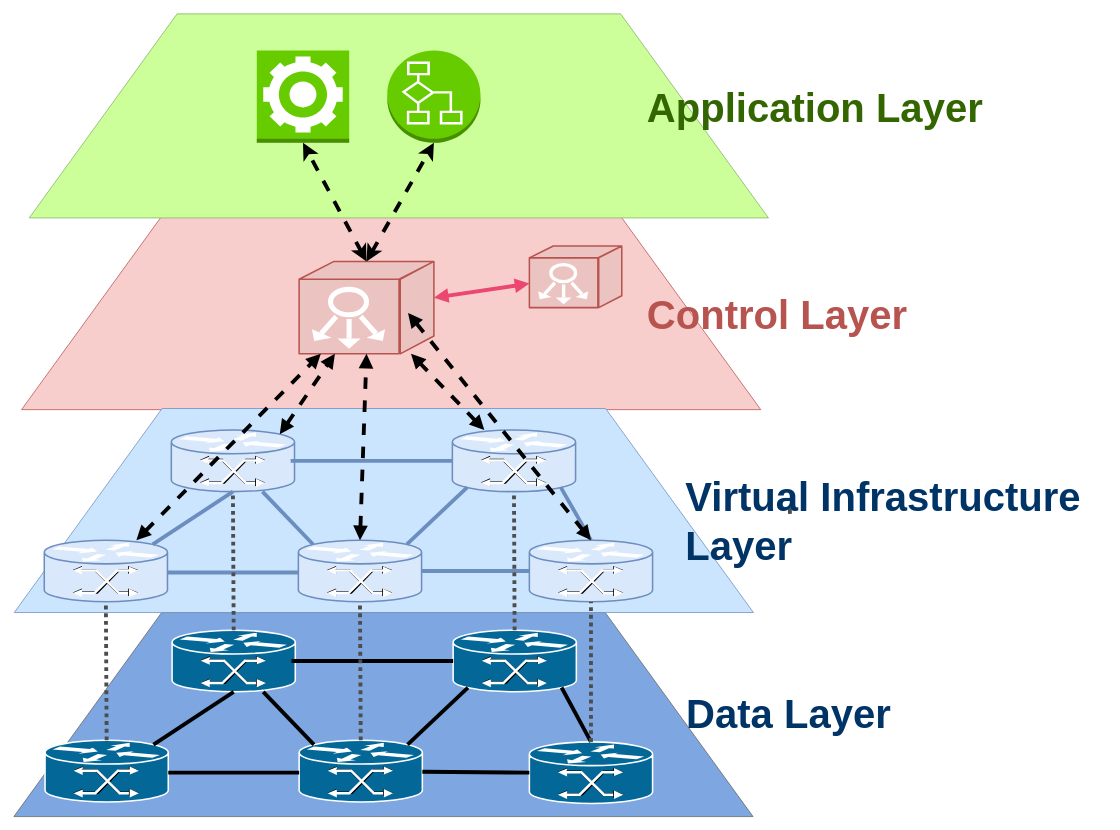
Earlier version of the draw.io diagram SDN_Schema.drawio (saroesler/Pictures). Source tidied: cells renumbered, new cells numbered last; positions are measured from the earlier drawing's top-left corner, leaving out a move shared by most shapes. Both pictures are drawn from the tidied source at 77%, with x=0, y=0 at pixel (14, 14).
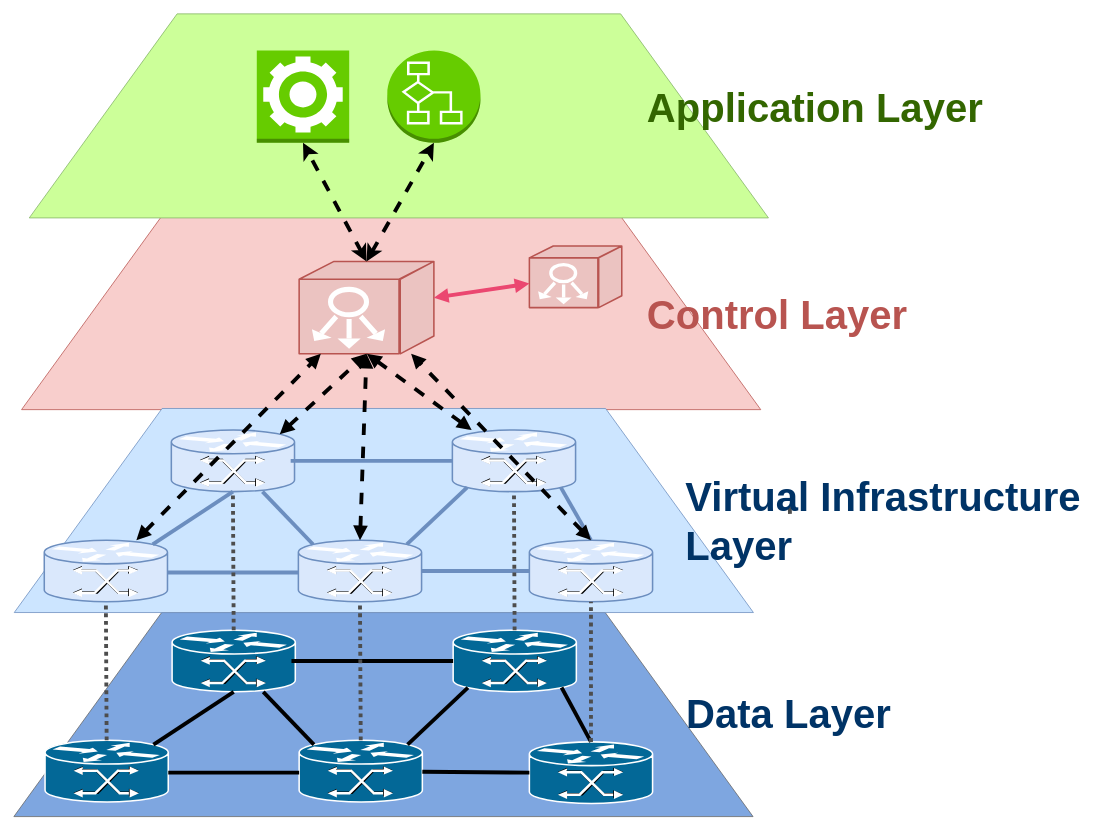
The same page after the edit.

Unchanged cells that the change refers to:
```xml
<mxCell id="20" style="shape=mxgraph.cisco.switches.mgx_8000_multiservice_switch;html=1;dashed=0;fillColor=#dae8fc;strokeColor=#6c8ebf;strokeWidth=2;verticalLabelPosition=bottom;verticalAlign=top;align=center;outlineConnect=0;" parent="1" vertex="1">
  <mxGeometry x="569" y="540" width="160" height="80" as="geometry" />
</mxCell>
<mxCell id="21" style="shape=mxgraph.cisco.switches.mgx_8000_multiservice_switch;html=1;dashed=0;fillColor=#dae8fc;strokeColor=#6c8ebf;strokeWidth=2;verticalLabelPosition=bottom;verticalAlign=top;align=center;outlineConnect=0;" parent="1" vertex="1">
  <mxGeometry x="204" y="540" width="160" height="80" as="geometry" />
</mxCell>
<mxCell id="22" style="shape=mxgraph.cisco.switches.mgx_8000_multiservice_switch;html=1;dashed=0;fillColor=#dae8fc;strokeColor=#6c8ebf;strokeWidth=2;verticalLabelPosition=bottom;verticalAlign=top;align=center;outlineConnect=0;" parent="1" vertex="1">
  <mxGeometry x="669" y="683" width="160" height="80" as="geometry" />
</mxCell>
<mxCell id="35" style="shape=mxgraph.cisco.controllers_and_modules.system_controller;html=1;dashed=0;fillColor=#EBC3C1;strokeColor=#b85450;strokeWidth=2;verticalLabelPosition=bottom;verticalAlign=top;align=center;outlineConnect=0;" parent="1" vertex="1">
  <mxGeometry x="370" y="321" width="175" height="120" as="geometry" />
</mxCell>
```

What changed in the source:
```diff
@@
-    <mxCell id="37" style="endArrow=block;html=1;startArrow=block;startFill=1;endFill=1;dashed=1;strokeColor=#000000;strokeWidth=5;exitX=0.88;exitY=0.07;exitDx=0;exitDy=0;exitPerimeter=0;" parent="1" edge="1" source="21" target="35">
+    <mxCell id="37" style="endArrow=block;html=1;startArrow=block;startFill=1;endFill=1;dashed=1;strokeColor=#000000;strokeWidth=5;exitX=0.88;exitY=0.07;exitDx=0;exitDy=0;exitPerimeter=0;entryX=0.5;entryY=1;entryDx=0;entryDy=0;entryPerimeter=0;" parent="1" edge="1" source="21" target="35">
       <mxGeometry relative="1" as="geometry" />
     </mxCell>
@@
-    <mxCell id="40" style="endArrow=block;html=1;startArrow=block;startFill=1;endFill=1;dashed=1;strokeColor=#000000;strokeWidth=5;" parent="1" edge="1" source="20" target="35">
-      <mxGeometry relative="1" as="geometry" />
+    <mxCell id="40" style="endArrow=block;html=1;startArrow=block;startFill=1;endFill=1;dashed=1;strokeColor=#000000;strokeWidth=5;" parent="1" edge="1" source="20">
+      <mxGeometry relative="1" as="geometry">
+        <mxPoint x="458" y="441" as="targetPoint" />
+      </mxGeometry>
     </mxCell>
-    <mxCell id="41" style="endArrow=block;html=1;startArrow=block;startFill=1;endFill=1;dashed=1;strokeColor=#000000;strokeWidth=5;exitX=0.5;exitY=0;exitDx=0;exitDy=0;exitPerimeter=0;" parent="1" edge="1" source="22">
-      <mxGeometry relative="1" as="geometry">
-        <mxPoint x="511.4" y="388" as="targetPoint" />
-      </mxGeometry>
+    <mxCell id="41" style="endArrow=block;html=1;startArrow=block;startFill=1;endFill=1;dashed=1;strokeColor=#000000;strokeWidth=5;exitX=0.5;exitY=0;exitDx=0;exitDy=0;exitPerimeter=0;" parent="1" edge="1" source="22" target="35">
+      <mxGeometry relative="1" as="geometry" />
     </mxCell>
```
